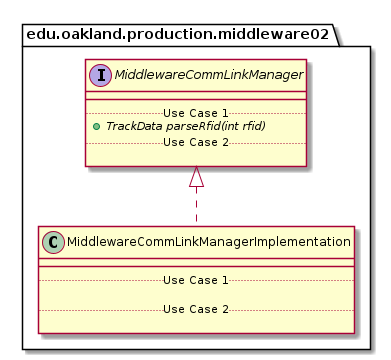
elilley15/csi-3370-software-project keeps this PlantUML diagram as docs/uml-class-diagrams/middleware02/production/MiddlewareCommLinkManagerImplementation/MiddlewareCommLinkManagerImplementation_DirectDependencies.png. Above is the earlier version. Its diagram source:
```plantuml
@startuml MiddlewareCommLinkManagerImplementation_DirectDependencies


package edu.oakland.production.middleware02 {
    class MiddlewareCommLinkManagerImplementation {
        __
        .. Use Case 1 ..

        .. Use Case 2 ..

    }
}



package edu.oakland.production.middleware02 {
    interface MiddlewareCommLinkManager {
        __
        .. Use Case 1 ..
        {abstract} + TrackData parseRfid(int rfid)
        .. Use Case 2 ..

    }
}

MiddlewareCommLinkManagerImplementation .up.|> MiddlewareCommLinkManager





@enduml
```
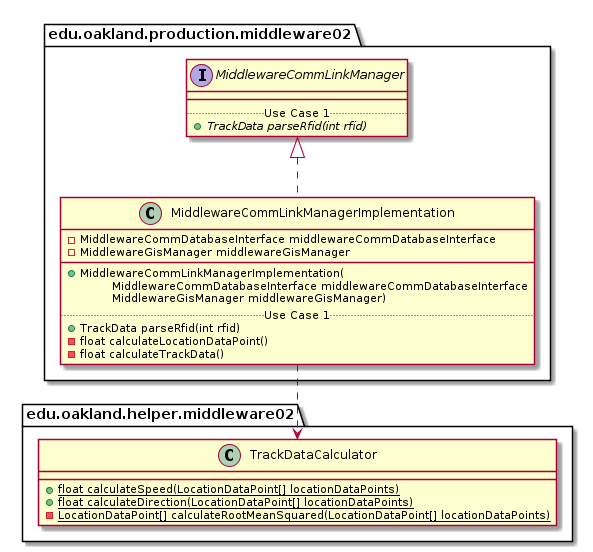
Later version of the same file.

What changed in the source:
```diff
@@ -3,11 +3,16 @@
 
 package edu.oakland.production.middleware02 {
     class MiddlewareCommLinkManagerImplementation {
+        - MiddlewareCommDatabaseInterface middlewareCommDatabaseInterface
+        - MiddlewareGisManager middlewareGisManager
         __
+        + MiddlewareCommLinkManagerImplementation(
+        \tMiddlewareCommDatabaseInterface middlewareCommDatabaseInterface
+        \tMiddlewareGisManager middlewareGisManager)
         .. Use Case 1 ..
-
-        .. Use Case 2 ..
-
+        + TrackData parseRfid(int rfid)
+        - float calculateLocationDataPoint()
+        - float calculateTrackData()
     }
 }
 
@@ -18,14 +23,21 @@
         __
         .. Use Case 1 ..
         {abstract} + TrackData parseRfid(int rfid)
-        .. Use Case 2 ..
-
     }
 }
 
 MiddlewareCommLinkManagerImplementation .up.|> MiddlewareCommLinkManager
 
 
+package edu.oakland.helper.middleware02 {
+    class TrackDataCalculator {
+        {static} + float calculateSpeed(LocationDataPoint[] locationDataPoints)
+        {static} + float calculateDirection(LocationDataPoint[] locationDataPoints)
+        {static} - LocationDataPoint[] calculateRootMeanSquared(LocationDataPoint[] locationDataPoints)
+    }
+}
+
+MiddlewareCommLinkManagerImplementation ..> TrackDataCalculator
 
 
 
```
